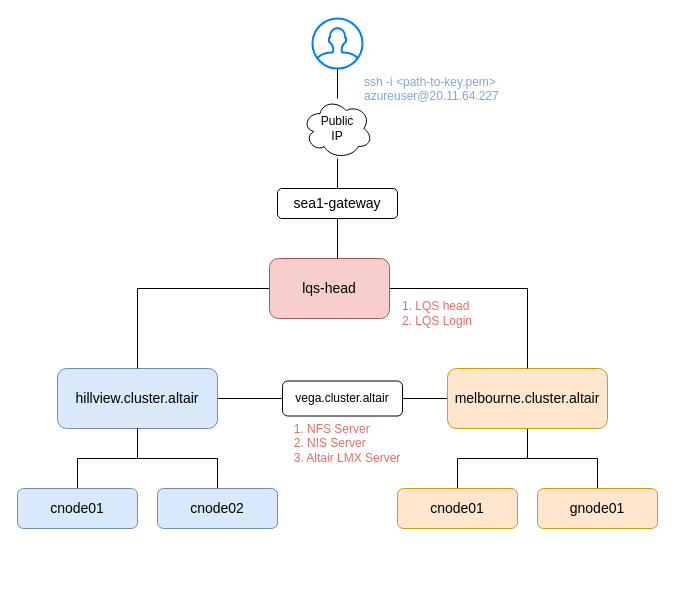
This is page "LQS" (2 of 2) of workshop_austalia_setup.drawio from doddam-manjunath/diagram_io, a draw.io file, before an edit. Source tidied: cells renumbered, new cells numbered last; positions are measured from the earlier drawing's top-left corner, leaving out a move shared by most shapes. Both pictures are drawn from the tidied source at 100%, with x=0, y=0 at pixel (17, 18).
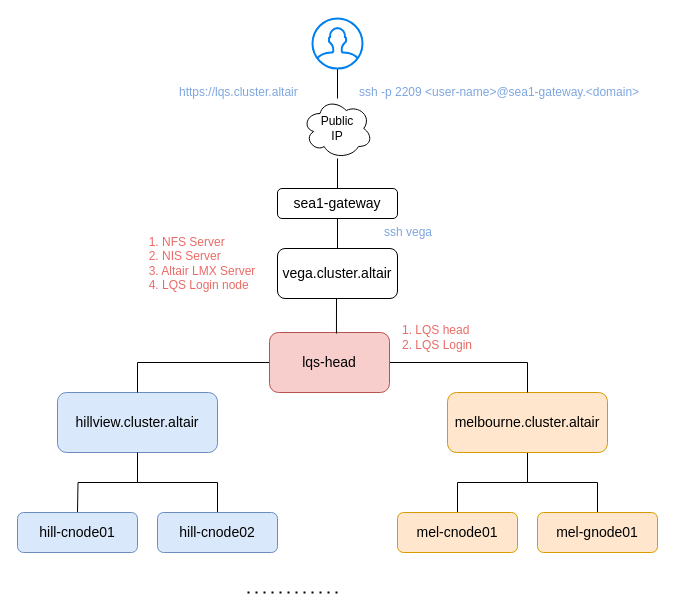
Above is the later version.

Unchanged cells that the change refers to:
```xml
<mxCell id="22" value="sea1-gateway" style="rounded=1;whiteSpace=wrap;html=1;fontSize=14;" parent="1" vertex="1">
  <mxGeometry x="260" y="170" width="120" height="30" as="geometry" />
</mxCell>
```

Change to the diagram source:
```diff
@@
     <mxCell id="2" value="&lt;div align=&quot;left&quot;&gt;1. LQS head&lt;/div&gt;&lt;div align=&quot;left&quot;&gt;2. LQS Login&lt;/div&gt;" style="text;html=1;align=center;verticalAlign=middle;whiteSpace=wrap;rounded=0;fontColor=#EA6B66;" parent="1" vertex="1">
-      <mxGeometry x="365" y="280" width="110" height="30" as="geometry" />
+      <mxGeometry x="365" y="304" width="110" height="30" as="geometry" />
     </mxCell>
-    <mxCell id="3" style="edgeStyle=orthogonalEdgeStyle;rounded=0;jettySize=auto;html=1;endArrow=none;startFill=0;" parent="1" edge="1" source="5" target="8">
-      <mxGeometry relative="1" as="geometry" />
-    </mxCell>
-    <mxCell id="4" style="edgeStyle=orthogonalEdgeStyle;rounded=0;jettySize=auto;html=1;entryX=0;entryY=0.5;entryDx=0;entryDy=0;endArrow=none;startFill=0;" parent="1" edge="1" source="5" target="11">
-      <mxGeometry relative="1" as="geometry" />
-    </mxCell>
+    <mxCell id="27" style="edgeStyle=orthogonalEdgeStyle;rounded=0;jettySize=auto;html=1;exitX=0.5;exitY=0;exitDx=0;exitDy=0;entryX=0.5;entryY=1;entryDx=0;entryDy=0;endArrow=none;startFill=0;" parent="1" edge="1" source="5" target="22">
+      <mxGeometry relative="1" as="geometry" />
+    </mxCell>
-    <mxCell id="5" value="&lt;span&gt;vega.cluster.altair&lt;/span&gt;" style="rounded=1;whiteSpace=wrap;html=1;" parent="1" vertex="1">
-      <mxGeometry x="265" y="362.5" width="120" height="35" as="geometry" />
+    <mxCell id="5" value="&lt;span&gt;vega.cluster.altair&lt;/span&gt;" style="rounded=1;whiteSpace=wrap;html=1;fontSize=14;" parent="1" vertex="1">
+      <mxGeometry x="260" y="230" width="120" height="50" as="geometry" />
     </mxCell>
-    <mxCell id="6" value="&lt;div align=&quot;left&quot;&gt;1. NFS Server&lt;/div&gt;&lt;div align=&quot;left&quot;&gt;2. NIS Server&lt;br&gt;3. Altair LMX Server&lt;/div&gt;" style="text;html=1;align=center;verticalAlign=middle;whiteSpace=wrap;rounded=0;fontColor=#EA6B66;" parent="1" vertex="1">
-      <mxGeometry x="275" y="410" width="110" height="30" as="geometry" />
+    <mxCell id="6" value="&lt;div align=&quot;left&quot;&gt;1. NFS Server&lt;/div&gt;&lt;div align=&quot;left&quot;&gt;2. NIS Server&lt;br&gt;3. Altair LMX Server&lt;/div&gt;&lt;div align=&quot;left&quot;&gt;4. LQS Login node&lt;/div&gt;" style="text;html=1;align=center;verticalAlign=middle;whiteSpace=wrap;rounded=0;fontColor=#EA6B66;" parent="1" vertex="1">
+      <mxGeometry x="130" y="230" width="110" height="30" as="geometry" />
     </mxCell>
-    <mxCell id="7" style="edgeStyle=orthogonalEdgeStyle;rounded=0;jettySize=auto;html=1;endArrow=none;startFill=0;" parent="1" edge="1" source="8" target="12">
-      <mxGeometry relative="1" as="geometry" />
+    <mxCell id="7" style="edgeStyle=orthogonalEdgeStyle;rounded=0;jettySize=auto;html=1;endArrow=none;startFill=0;" parent="1" edge="1" source="8">
+      <mxGeometry relative="1" as="geometry">
+        <mxPoint x="60" y="494" as="targetPoint" />
+      </mxGeometry>
     </mxCell>
     <mxCell id="8" value="&lt;span&gt;hillview.cluster.altair &lt;br&gt;&lt;/span&gt;" style="rounded=1;whiteSpace=wrap;html=1;fontSize=14;fillColor=#dae8fc;strokeColor=#6c8ebf;" parent="1" vertex="1">
-      <mxGeometry x="40" y="350" width="160" height="60" as="geometry" />
+      <mxGeometry x="40" y="374" width="160" height="60" as="geometry" />
     </mxCell>
@@
     <mxCell id="11" value="&lt;div&gt;&lt;span&gt;melbourne.cluster.altair &lt;/span&gt;&lt;/div&gt;&lt;div&gt;&lt;span&gt;&lt;/span&gt;&lt;/div&gt;" style="rounded=1;whiteSpace=wrap;html=1;fontSize=14;fillColor=#ffe6cc;strokeColor=#d79b00;" parent="1" vertex="1">
-      <mxGeometry x="430" y="350" width="160" height="60" as="geometry" />
+      <mxGeometry x="430" y="374" width="160" height="60" as="geometry" />
     </mxCell>
-    <mxCell id="12" value="cnode01" style="whiteSpace=wrap;html=1;fontSize=14;rounded=1;fillColor=#dae8fc;strokeColor=#6c8ebf;" parent="1" vertex="1">
-      <mxGeometry y="470" width="120" height="40" as="geometry" />
+    <mxCell id="12" value="hill-cnode01" style="whiteSpace=wrap;html=1;fontSize=14;rounded=1;fillColor=#dae8fc;strokeColor=#6c8ebf;" parent="1" vertex="1">
+      <mxGeometry y="494" width="120" height="40" as="geometry" />
     </mxCell>
@@
-    <mxCell id="14" value="cnode02" style="whiteSpace=wrap;html=1;fontSize=14;rounded=1;fillColor=#dae8fc;strokeColor=#6c8ebf;" parent="1" vertex="1">
-      <mxGeometry x="140" y="470" width="120" height="40" as="geometry" />
+    <mxCell id="14" value="hill-cnode02" style="whiteSpace=wrap;html=1;fontSize=14;rounded=1;fillColor=#dae8fc;strokeColor=#6c8ebf;" parent="1" vertex="1">
+      <mxGeometry x="140" y="494" width="120" height="40" as="geometry" />
     </mxCell>
-    <mxCell id="15" value="cnode01" style="whiteSpace=wrap;html=1;fontSize=14;rounded=1;fillColor=#ffe6cc;strokeColor=#d79b00;" parent="1" vertex="1">
-      <mxGeometry x="380" y="470" width="120" height="40" as="geometry" />
+    <mxCell id="15" value="mel-cnode01" style="whiteSpace=wrap;html=1;fontSize=14;rounded=1;fillColor=#ffe6cc;strokeColor=#d79b00;" parent="1" vertex="1">
+      <mxGeometry x="380" y="494" width="120" height="40" as="geometry" />
     </mxCell>
-    <mxCell id="16" value="gnode01" style="whiteSpace=wrap;html=1;fontSize=14;rounded=1;fillColor=#ffe6cc;strokeColor=#d79b00;" parent="1" vertex="1">
-      <mxGeometry x="520" y="470" width="120" height="40" as="geometry" />
+    <mxCell id="16" value="mel-gnode01" style="whiteSpace=wrap;html=1;fontSize=14;rounded=1;fillColor=#ffe6cc;strokeColor=#d79b00;" parent="1" vertex="1">
+      <mxGeometry x="520" y="494" width="120" height="40" as="geometry" />
     </mxCell>
@@
     <mxCell id="19" value="lqs-head" style="rounded=1;whiteSpace=wrap;html=1;fontSize=14;fillColor=#f8cecc;strokeColor=#b85450;" parent="1" vertex="1">
-      <mxGeometry x="252" y="240" width="120" height="60" as="geometry" />
+      <mxGeometry x="252" y="314" width="120" height="60" as="geometry" />
     </mxCell>
@@
-    <mxCell id="23" value="ssh -i &amp;lt;path-to-key.pem&amp;gt; azureuser@20.11.64.227" style="text;html=1;whiteSpace=wrap;overflow=hidden;rounded=0;fontColor=#7EA6E0;" parent="1" vertex="1">
-      <mxGeometry x="345" y="50" width="150" height="50" as="geometry" />
+    <mxCell id="23" value="ssh -p 2209 &amp;lt;user-name&amp;gt;@sea1-gateway.&amp;lt;domain&amp;gt;" style="text;html=1;whiteSpace=wrap;overflow=hidden;rounded=0;fontColor=#7EA6E0;" parent="1" vertex="1">
+      <mxGeometry x="340" y="60" width="285" height="50" as="geometry" />
     </mxCell>
@@
-    <mxCell id="26" style="edgeStyle=orthogonalEdgeStyle;rounded=0;jettySize=auto;html=1;entryX=0.567;entryY=0;entryDx=0;entryDy=0;entryPerimeter=0;endArrow=none;startFill=0;" parent="1" edge="1" source="22" target="19">
-      <mxGeometry relative="1" as="geometry" />
-    </mxCell>
+    <mxCell id="28" style="endArrow=none;dashed=1;html=1;dashPattern=1 3;strokeWidth=2;rounded=0;" parent="1" edge="1">
+      <mxGeometry relative="1" as="geometry">
+        <mxPoint x="230" y="574" as="sourcePoint" />
+        <mxPoint x="320" y="574" as="targetPoint" />
+      </mxGeometry>
+    </mxCell>
+    <mxCell id="29" style="edgeStyle=orthogonalEdgeStyle;rounded=0;jettySize=auto;html=1;exitX=0.5;exitY=1;exitDx=0;exitDy=0;entryX=0.558;entryY=0.017;entryDx=0;entryDy=0;entryPerimeter=0;endArrow=none;startFill=0;" parent="1" edge="1" source="5" target="19">
+      <mxGeometry relative="1" as="geometry" />
+    </mxCell>
+    <mxCell id="30" value="ssh vega" style="text;html=1;whiteSpace=wrap;overflow=hidden;rounded=0;fontColor=#7EA6E0;" parent="1" vertex="1">
+      <mxGeometry x="365" y="200" width="115" height="50" as="geometry" />
+    </mxCell>
+    <mxCell id="31" value="&lt;div&gt;https://lqs.cluster.altair&lt;br&gt;&lt;br&gt;&lt;/div&gt;" style="text;html=1;whiteSpace=wrap;overflow=hidden;rounded=0;fontColor=#7EA6E0;" parent="1" vertex="1">
+      <mxGeometry x="160" y="60" width="150" height="50" as="geometry" />
+    </mxCell>
```
